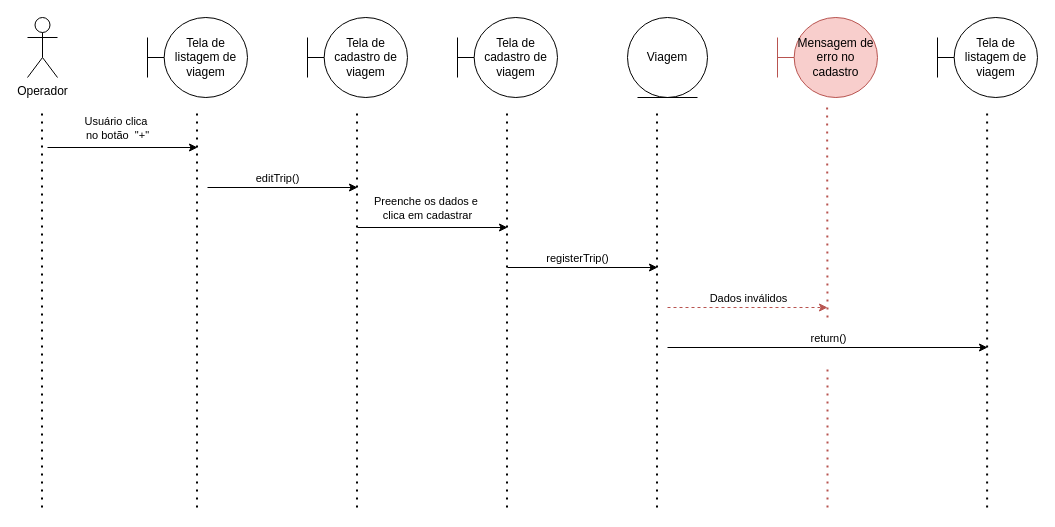
Above: page "Diagrama de sequencia - Cadastro de Viagem" (18 of 24) of docs/diagrams/MTruck Diagrams.drawio in iamseki/mtruck-api (draw.io), before the change. Source tidied: cells renumbered, new cells numbered last; positions are measured from the earlier drawing's top-left corner, leaving out a move shared by most shapes. Both pictures are drawn from the tidied source at 100%, with x=0, y=0 at pixel (27, 17).
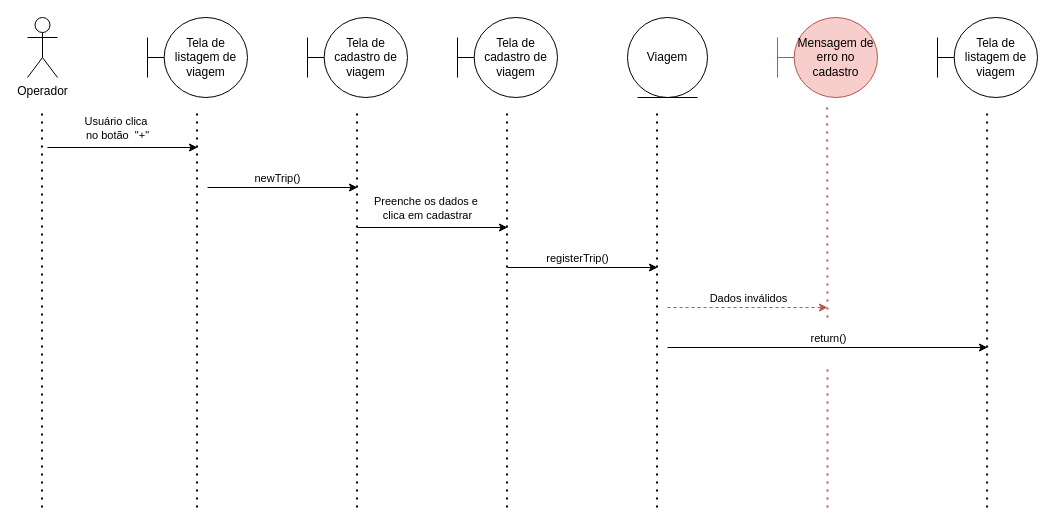
The same diagram, later.

The change refers to these unchanged cells:
```xml
<mxCell id="19" style="endArrow=classic;html=1;" parent="1" edge="1">
  <mxGeometry relative="1" as="geometry">
    <mxPoint x="180" y="170" as="sourcePoint" />
    <mxPoint x="330" y="170" as="targetPoint" />
  </mxGeometry>
</mxCell>
```

Change to the diagram source:
```diff
@@
-    <mxCell id="20" value="editTrip()" style="edgeLabel;html=1;align=center;verticalAlign=middle;" parent="19" vertex="1">
+    <mxCell id="20" value="newTrip()" style="edgeLabel;html=1;align=center;verticalAlign=middle;" parent="19" vertex="1">
       <mxGeometry x="0.11" y="1" relative="1" as="geometry">
         <mxPoint x="-13.3" y="-9" as="offset" />
       </mxGeometry>
     </mxCell>
```
